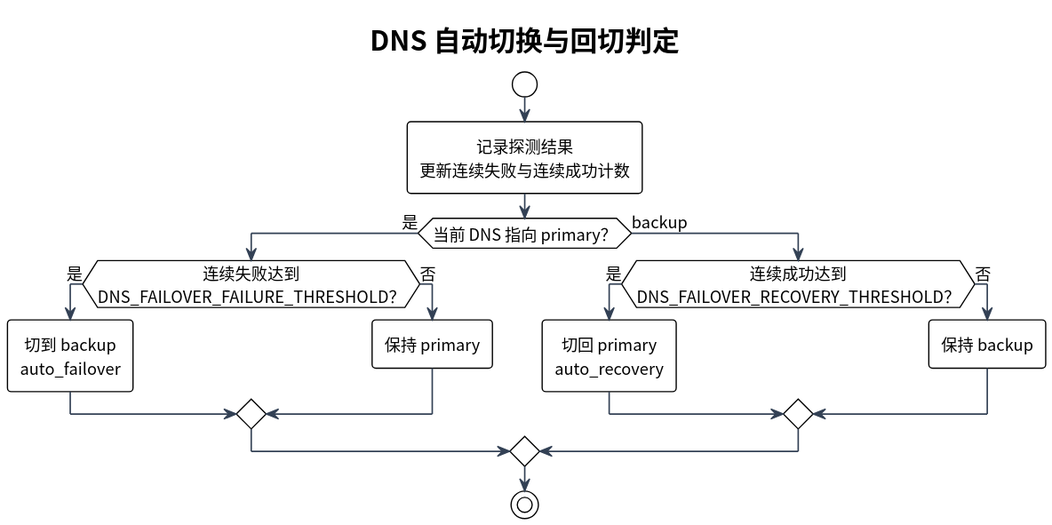
Above: docs/diagrams/dns-failover-decision.svg in i-zrhe2016/ai-routing-panel (PlantUML), before the change.
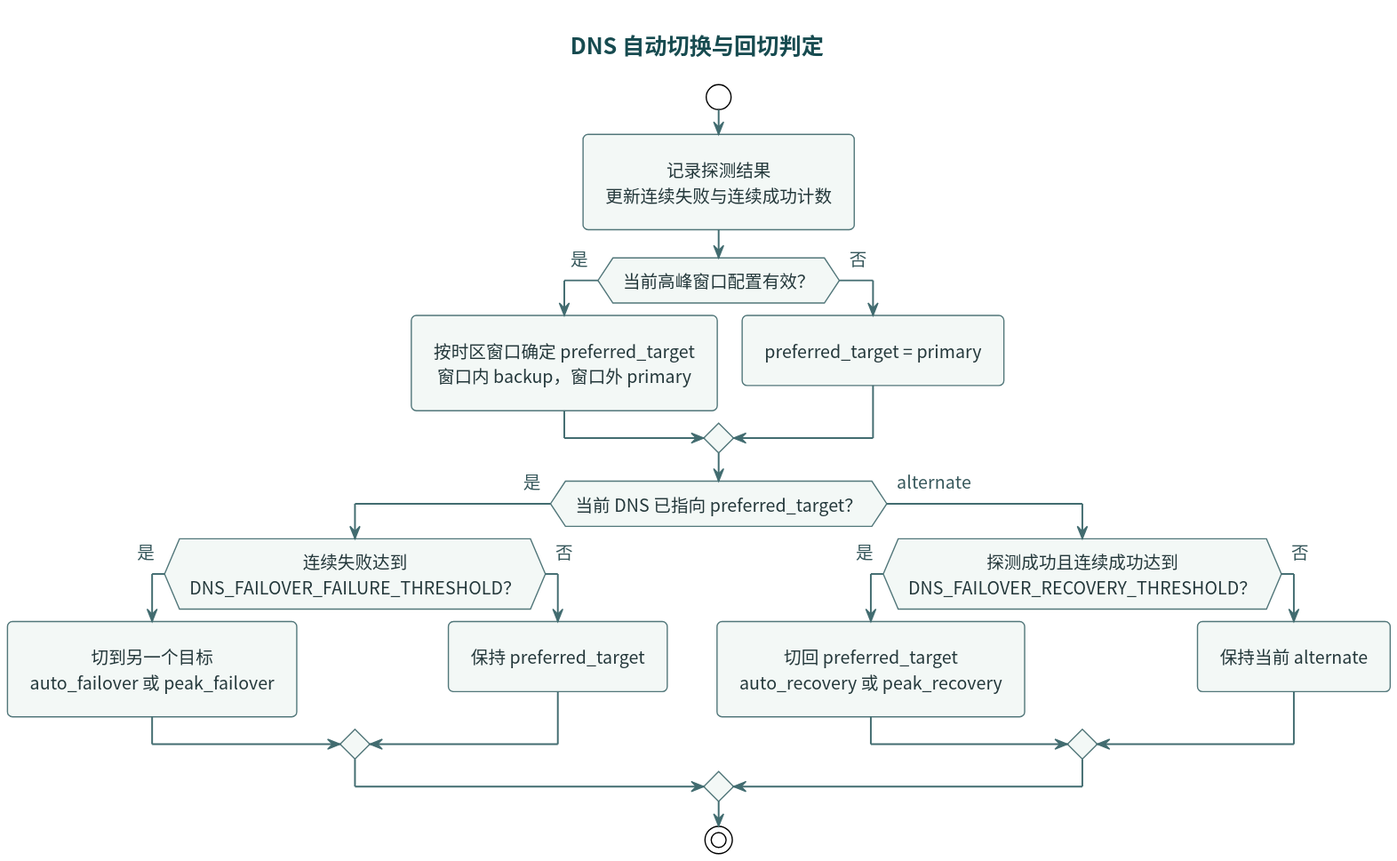
The same file after the commit.

What changed in the source:
```diff
@@ -3,17 +3,22 @@
 title DNS 自动切换与回切判定
 start
 :记录探测结果\n更新连续失败与连续成功计数;
-if (当前 DNS 指向 primary？) then (是)
+if (当前高峰窗口配置有效？) then (是)
+  :按时区窗口确定 preferred_target\n窗口内 backup，窗口外 primary;
+else (否)
+  :preferred_target = primary;
+endif
+if (当前 DNS 已指向 preferred_target？) then (是)
   if (连续失败达到\nDNS_FAILOVER_FAILURE_THRESHOLD？) then (是)
-    :切到 backup\nauto_failover;
+    :切到另一个目标\nauto_failover 或 peak_failover;
   else (否)
-    :保持 primary;
+    :保持 preferred_target;
   endif
-else (backup)
-  if (连续成功达到\nDNS_FAILOVER_RECOVERY_THRESHOLD？) then (是)
-    :切回 primary\nauto_recovery;
+else (alternate)
+  if (探测成功且连续成功达到\nDNS_FAILOVER_RECOVERY_THRESHOLD？) then (是)
+    :切回 preferred_target\nauto_recovery 或 peak_recovery;
   else (否)
-    :保持 backup;
+    :保持当前 alternate;
   endif
 endif
 stop
```
